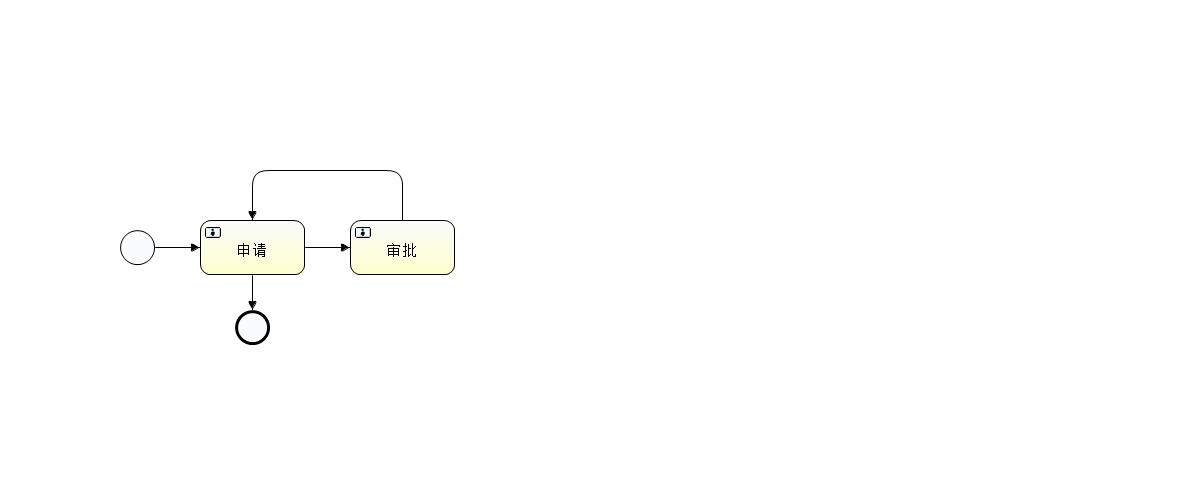
Above: src/main/resources/processes/applyProcess.png in f-ltx/activiti7 (BPMN), before the change. Its source is kept beside it as src/main/resources/processes/applyProcess.bpmn. Ids are renumbered. Source of this version:
```xml
<definitions xmlns="http://www.omg.org/spec/BPMN/20100524/MODEL" xmlns:xsi="http://www.w3.org/2001/XMLSchema-instance" xmlns:xsd="http://www.w3.org/2001/XMLSchema" xmlns:activiti="http://activiti.org/bpmn" xmlns:bpmndi="http://www.omg.org/spec/BPMN/20100524/DI" xmlns:omgdc="http://www.omg.org/spec/DD/20100524/DC" xmlns:omgdi="http://www.omg.org/spec/DD/20100524/DI" typeLanguage="http://www.w3.org/2001/XMLSchema" expressionLanguage="http://www.w3.org/1999/XPath" targetNamespace="http://localhost/apply">
  <process id="applyProcess" name="申请撤销流程" isExecutable="true">
    <startEvent id="startevent1" name="Start"></startEvent>
    <userTask id="apply" name="申请"></userTask>
    <sequenceFlow id="flow1" sourceRef="startevent1" targetRef="apply"></sequenceFlow>
    <userTask id="approve" name="审批"></userTask>
    <sequenceFlow id="flow2" sourceRef="apply" targetRef="approve"></sequenceFlow>
    <sequenceFlow id="flow3" sourceRef="approve" targetRef="apply"></sequenceFlow>
    <endEvent id="endevent1" name="End"></endEvent>
    <sequenceFlow id="flow4" sourceRef="apply" targetRef="endevent1"></sequenceFlow>
  </process>
  <bpmndi:BPMNDiagram id="BPMNDiagram_applyProcess">
    <bpmndi:BPMNPlane bpmnElement="applyProcess" id="BPMNPlane_applyProcess">
      <bpmndi:BPMNShape bpmnElement="startevent1" id="BPMNShape_startevent1">
        <omgdc:Bounds height="35.0" width="35.0" x="120.0" y="230.0"></omgdc:Bounds>
      </bpmndi:BPMNShape>
      <bpmndi:BPMNShape bpmnElement="apply" id="BPMNShape_apply">
        <omgdc:Bounds height="55.0" width="105.0" x="200.0" y="220.0"></omgdc:Bounds>
      </bpmndi:BPMNShape>
      <bpmndi:BPMNShape bpmnElement="approve" id="BPMNShape_approve">
        <omgdc:Bounds height="55.0" width="105.0" x="350.0" y="220.0"></omgdc:Bounds>
      </bpmndi:BPMNShape>
      <bpmndi:BPMNShape bpmnElement="endevent1" id="BPMNShape_endevent1">
        <omgdc:Bounds height="35.0" width="35.0" x="235.0" y="310.0"></omgdc:Bounds>
      </bpmndi:BPMNShape>
      <bpmndi:BPMNEdge bpmnElement="flow1" id="BPMNEdge_flow1">
        <omgdi:waypoint x="155.0" y="247.0"></omgdi:waypoint>
        <omgdi:waypoint x="200.0" y="247.0"></omgdi:waypoint>
      </bpmndi:BPMNEdge>
      <bpmndi:BPMNEdge bpmnElement="flow2" id="BPMNEdge_flow2">
        <omgdi:waypoint x="305.0" y="247.0"></omgdi:waypoint>
        <omgdi:waypoint x="350.0" y="247.0"></omgdi:waypoint>
      </bpmndi:BPMNEdge>
      <bpmndi:BPMNEdge bpmnElement="flow3" id="BPMNEdge_flow3">
        <omgdi:waypoint x="402.0" y="220.0"></omgdi:waypoint>
        <omgdi:waypoint x="402.0" y="170.0"></omgdi:waypoint>
        <omgdi:waypoint x="330.0" y="170.0"></omgdi:waypoint>
        <omgdi:waypoint x="252.0" y="170.0"></omgdi:waypoint>
        <omgdi:waypoint x="252.0" y="220.0"></omgdi:waypoint>
      </bpmndi:BPMNEdge>
      <bpmndi:BPMNEdge bpmnElement="flow4" id="BPMNEdge_flow4">
        <omgdi:waypoint x="252.0" y="275.0"></omgdi:waypoint>
        <omgdi:waypoint x="252.0" y="310.0"></omgdi:waypoint>
      </bpmndi:BPMNEdge>
    </bpmndi:BPMNPlane>
  </bpmndi:BPMNDiagram>
</definitions>
```
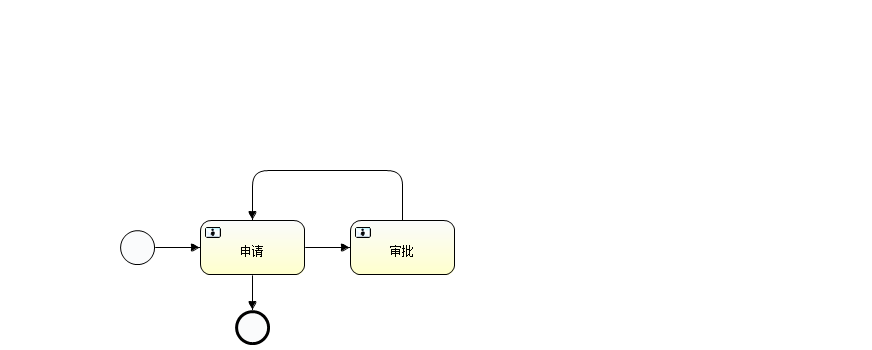
Above is the later version.

The edit, as a diff of the source:
```diff
@@ -1,5 +1,5 @@
 <definitions xmlns="http://www.omg.org/spec/BPMN/20100524/MODEL" xmlns:xsi="http://www.w3.org/2001/XMLSchema-instance" xmlns:xsd="http://www.w3.org/2001/XMLSchema" xmlns:activiti="http://activiti.org/bpmn" xmlns:bpmndi="http://www.omg.org/spec/BPMN/20100524/DI" xmlns:omgdc="http://www.omg.org/spec/DD/20100524/DC" xmlns:omgdi="http://www.omg.org/spec/DD/20100524/DI" typeLanguage="http://www.w3.org/2001/XMLSchema" expressionLanguage="http://www.w3.org/1999/XPath" targetNamespace="http://localhost/apply">
-  <process id="applyProcess" name="申请撤销流程" isExecutable="true">
+  <process id="applyProcess" name="申请流程" isExecutable="true">
     <startEvent id="startevent1" name="Start"></startEvent>
     <userTask id="apply" name="申请"></userTask>
     <sequenceFlow id="flow1" sourceRef="startevent1" targetRef="apply"></sequenceFlow>
```
